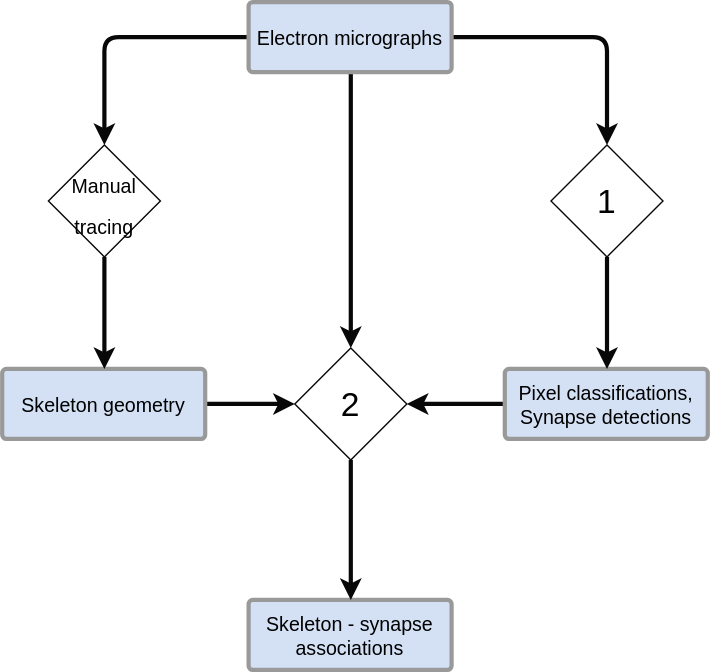
The draw.io diagram architecture/simple_architecture_v2.svg in k-dominik/skeleton_synapses, before a commit. Source tidied: cells renumbered, new cells last; positions are measured from the earlier drawing's top-left corner, leaving out a move shared by most shapes.
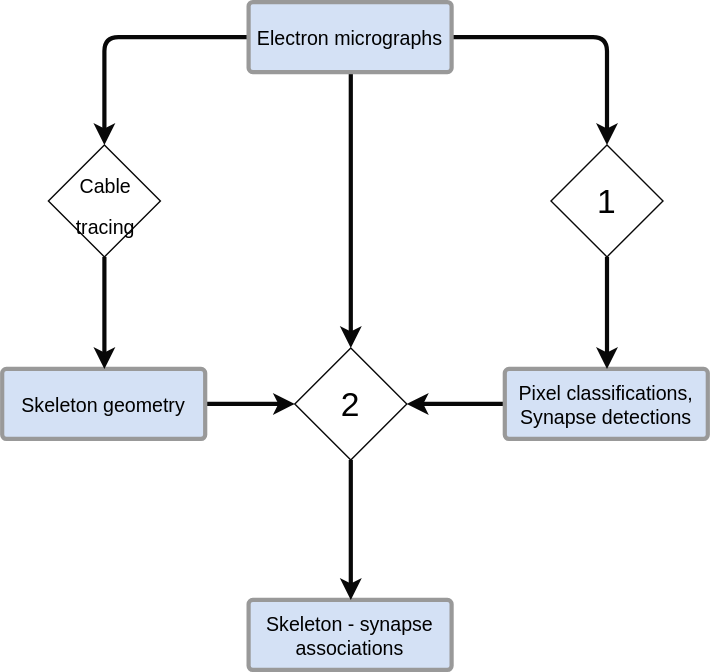
Above is the later version.

What changed in the source:
```diff
@@ -44,7 +44,7 @@
     <mxCell id="15" style="edgeStyle=orthogonalEdgeStyle;rounded=1;html=1;exitX=0.5;exitY=1;entryX=0.5;entryY=0;entryPerimeter=0;startArrow=none;startFill=0;endArrow=classic;endFill=1;jettySize=auto;strokeColor=#080808;strokeWidth=3;fontSize=24;" parent="1" edge="1" source="16" target="10">
       <mxGeometry relative="1" as="geometry" />
     </mxCell>
-    <mxCell id="16" value="&lt;font style=&quot;font-size: 14px&quot;&gt;Manual&lt;/font&gt;&lt;div&gt;&lt;font style=&quot;font-size: 14px&quot;&gt;tracing&lt;/font&gt;&lt;/div&gt;" style="rhombus;whiteSpace=wrap;html=1;labelBackgroundColor=none;strokeColor=#080808;strokeWidth=1;fillColor=#FFFFFF;fontSize=24;align=center;" parent="1" vertex="1">
+    <mxCell id="16" value="&lt;font style=&quot;font-size: 14px&quot;&gt;Cable&lt;/font&gt;&lt;div&gt;&lt;font style=&quot;font-size: 14px&quot;&gt;tracing&lt;/font&gt;&lt;/div&gt;" style="rhombus;whiteSpace=wrap;html=1;labelBackgroundColor=none;strokeColor=#080808;strokeWidth=1;fillColor=#FFFFFF;fontSize=24;align=center;" parent="1" vertex="1">
       <mxGeometry x="33" y="102" width="80" height="80" as="geometry" />
     </mxCell>
   </root>
```
